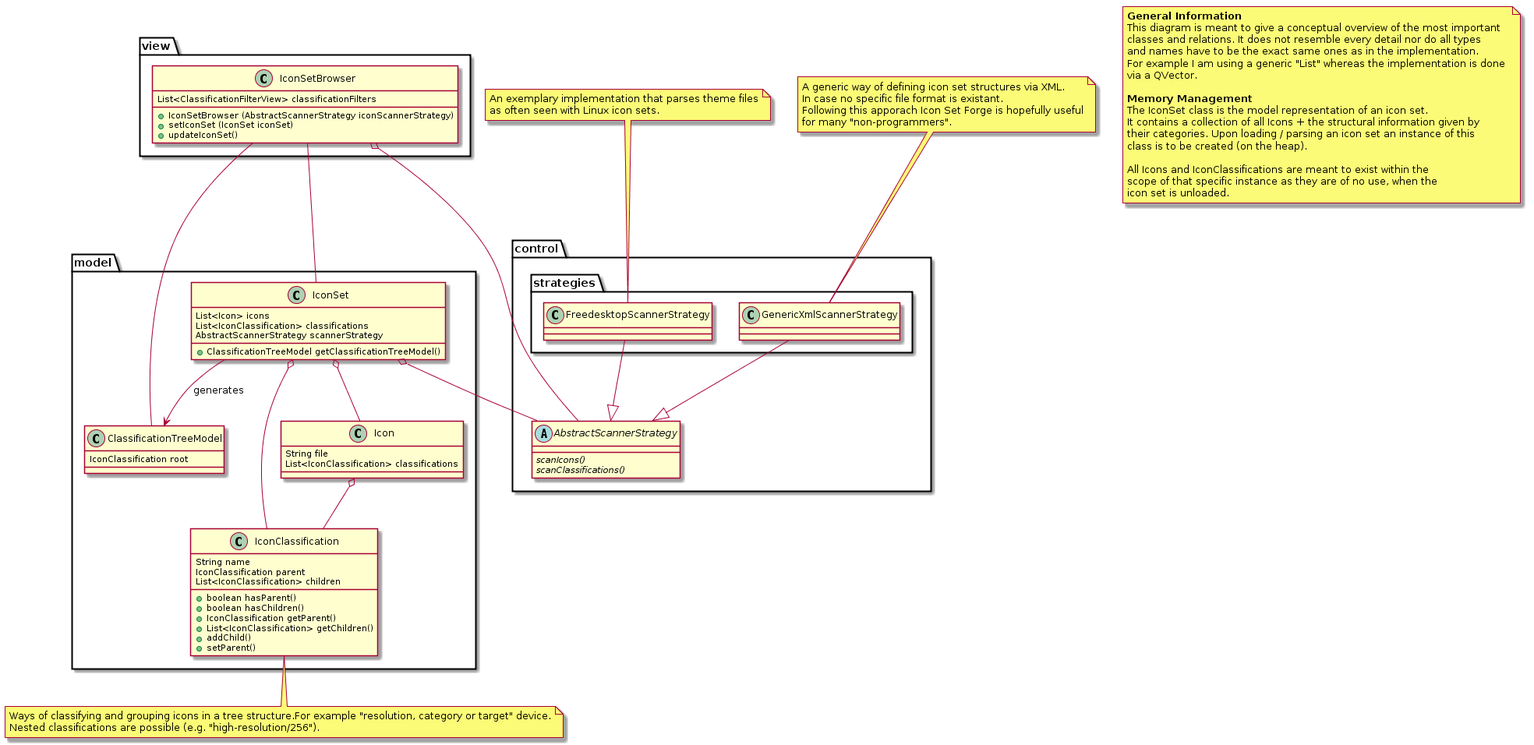
Earlier version of the PlantUML export Concept/classes.png (Manuel-Kehl/Icon-Set-Forge).
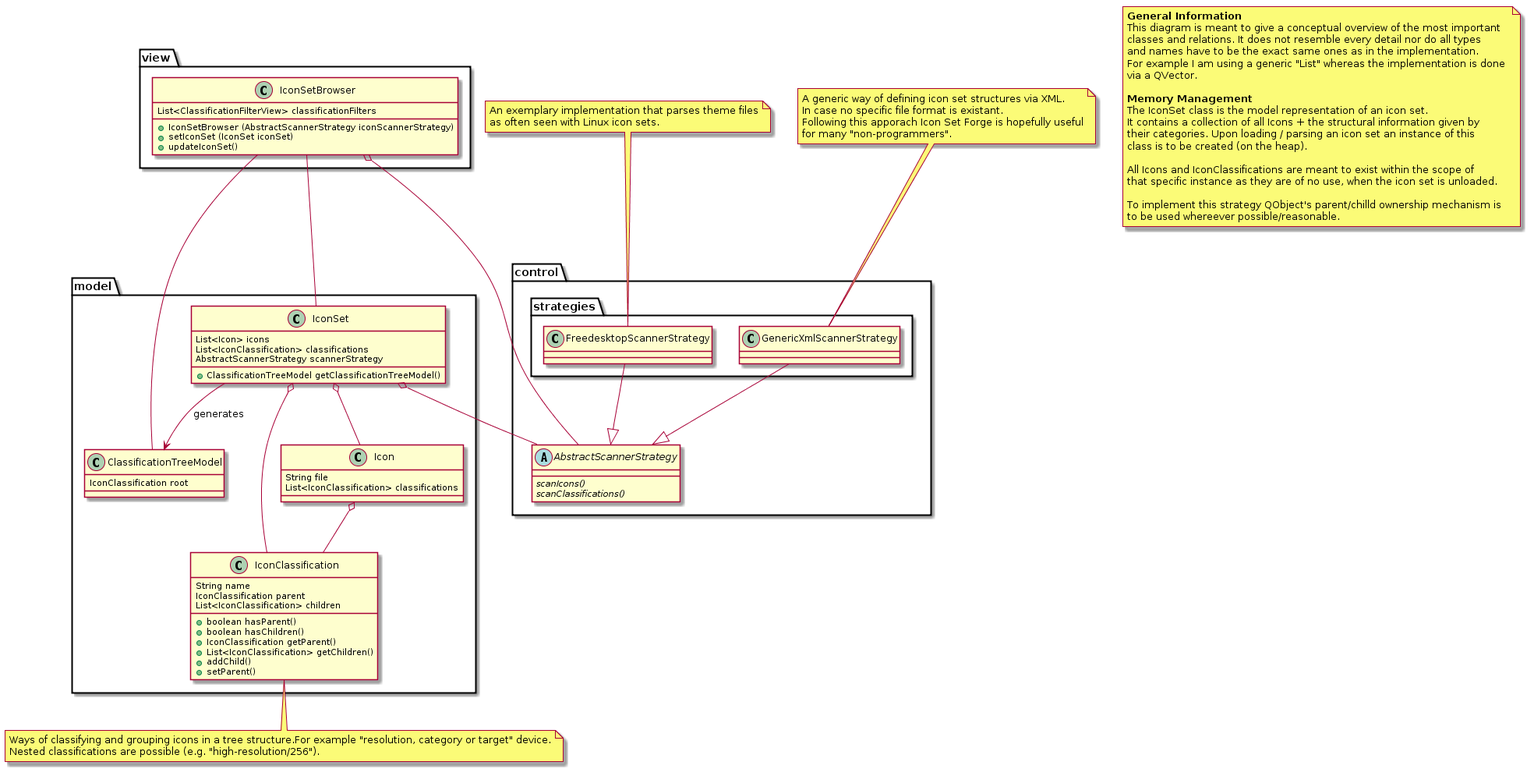
After the change.

Commit message:
Proposed the  use of QObjects ownership mechnanism for implementing memory management.

What changed in the source:
```diff
@@ -14,9 +14,11 @@
 their categories. Upon loading / parsing an icon set an instance of this
 class is to be created (on the heap).
 
-All Icons and IconClassifications are meant to exist within the
-scope of that specific instance as they are of no use, when the
-icon set is unloaded.
+All Icons and IconClassifications are meant to exist within the scope of
+that specific instance as they are of no use, when the icon set is unloaded.
+
+To implement this strategy QObject's parent/chilld ownership mechanism is
+to be used whereever possible/reasonable.
 end note
 
 package control {
```
